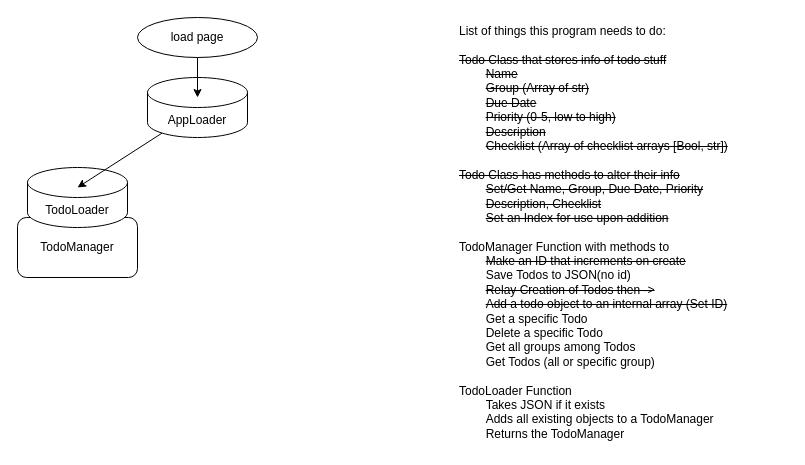
The draw.io diagram plan.drawio in Larrys-code/To-Do-Project, before the edit. Source tidied: cells renumbered, new cells numbered last; positions are measured from the earlier drawing's top-left corner, leaving out a move shared by most shapes. Both pictures are drawn from the tidied source at 100%, with x=0, y=0 at pixel (17, 17).
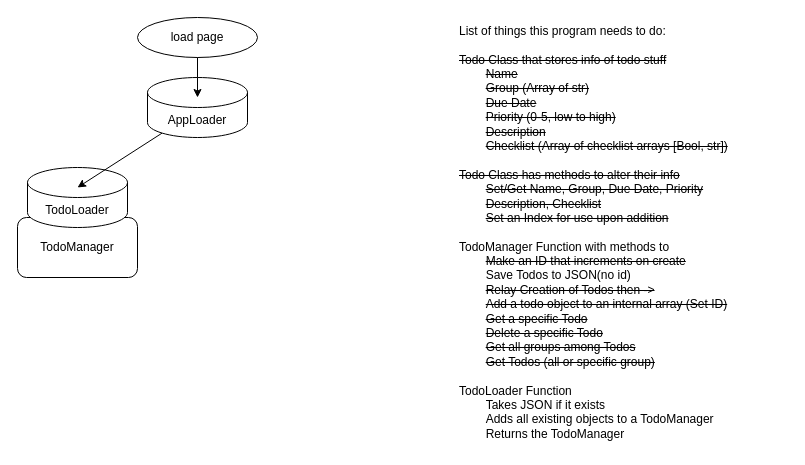
After the change.

Commit message (it also covers changes not shown here):
Add ToDo groups functionality

Diff of the diagram source:
```diff
@@
 <mxGraphModel>
   <root>
     <mxCell id="0" />
     <mxCell id="1" parent="0" />
     <mxCell id="2" value="AppLoader" style="shape=cylinder3;whiteSpace=wrap;html=1;boundedLbl=1;backgroundOutline=1;size=15;fillColor=default;" parent="1" vertex="1">
       <mxGeometry x="130" y="60" width="100" height="60" as="geometry" />
     </mxCell>
     <mxCell id="3" value="TodoManager" style="rounded=1;whiteSpace=wrap;html=1;fillColor=default;" parent="1" vertex="1">
       <mxGeometry y="200" width="120" height="60" as="geometry" />
     </mxCell>
     <mxCell id="4" value="load page" style="ellipse;whiteSpace=wrap;html=1;" parent="1" vertex="1">
       <mxGeometry x="120" width="120" height="40" as="geometry" />
     </mxCell>
-    <mxCell id="5" value="List of things this program needs to do:&lt;br&gt;&lt;br&gt;&lt;div style=&quot;&quot;&gt;&lt;span style=&quot;background-color: initial;&quot;&gt;&lt;strike&gt;Todo Class that stores info of todo stuff&lt;/strike&gt;&lt;/span&gt;&lt;/div&gt;&lt;div style=&quot;&quot;&gt;&lt;span style=&quot;background-color: initial;&quot;&gt;&lt;strike&gt;&lt;span style=&quot;&quot;&gt;&#9;&lt;/span&gt;&lt;span style=&quot;white-space: pre;&quot;&gt;&#9;&lt;/span&gt;Name&lt;br&gt;&lt;/strike&gt;&lt;/span&gt;&lt;/div&gt;&lt;div style=&quot;&quot;&gt;&lt;span style=&quot;background-color: initial;&quot;&gt;&lt;strike&gt;&lt;span style=&quot;&quot;&gt;&#9;&lt;/span&gt;&lt;span style=&quot;white-space: pre;&quot;&gt;&#9;&lt;/span&gt;Group (Array of str)&lt;br&gt;&lt;/strike&gt;&lt;/span&gt;&lt;/div&gt;&lt;div style=&quot;&quot;&gt;&lt;span style=&quot;background-color: initial;&quot;&gt;&lt;strike&gt;&lt;span style=&quot;&quot;&gt;&#9;&lt;/span&gt;&lt;span style=&quot;white-space: pre;&quot;&gt;&#9;&lt;/span&gt;Due Date&lt;br&gt;&lt;/strike&gt;&lt;/span&gt;&lt;/div&gt;&lt;div style=&quot;&quot;&gt;&lt;span style=&quot;background-color: initial;&quot;&gt;&lt;strike&gt;&lt;span style=&quot;&quot;&gt;&#9;&lt;/span&gt;&lt;span style=&quot;white-space: pre;&quot;&gt;&#9;&lt;/span&gt;Priority (0-5, low to high)&lt;br&gt;&lt;/strike&gt;&lt;/span&gt;&lt;/div&gt;&lt;div style=&quot;&quot;&gt;&lt;/div&gt;&lt;div style=&quot;&quot;&gt;&lt;span style=&quot;background-color: initial;&quot;&gt;&lt;strike&gt;&lt;span style=&quot;&quot;&gt;&#9;&lt;/span&gt;&lt;span style=&quot;white-space: pre;&quot;&gt;&#9;&lt;/span&gt;Description&lt;br&gt;&lt;/strike&gt;&lt;/span&gt;&lt;/div&gt;&lt;div style=&quot;&quot;&gt;&lt;span style=&quot;background-color: initial;&quot;&gt;&lt;strike&gt;&lt;span style=&quot;&quot;&gt;&#9;&lt;/span&gt;&lt;span style=&quot;white-space: pre;&quot;&gt;&#9;&lt;/span&gt;Checklist (Array of checklist arrays [Bool, str])&lt;/strike&gt;&lt;br&gt;&lt;/span&gt;&lt;/div&gt;&lt;div style=&quot;&quot;&gt;&lt;span style=&quot;background-color: initial;&quot;&gt;&lt;span style=&quot;&quot;&gt;&#9;&lt;/span&gt;&lt;br&gt;&lt;/span&gt;&lt;/div&gt;&lt;div style=&quot;&quot;&gt;&lt;span style=&quot;background-color: initial;&quot;&gt;&lt;strike&gt;Todo Class has methods to alter their info&lt;/strike&gt;&lt;/span&gt;&lt;/div&gt;&lt;div style=&quot;&quot;&gt;&lt;span style=&quot;background-color: initial;&quot;&gt;&lt;strike&gt;&lt;span style=&quot;&quot;&gt;&#9;&lt;/span&gt;&lt;span style=&quot;white-space: pre;&quot;&gt;&#9;&lt;/span&gt;Set/Get Name, Group, Due Date, Priority&lt;br&gt;&lt;/strike&gt;&lt;/span&gt;&lt;/div&gt;&lt;div style=&quot;&quot;&gt;&lt;span style=&quot;background-color: initial;&quot;&gt;&lt;strike&gt;&lt;span style=&quot;&quot;&gt;&#9;&lt;/span&gt;&lt;span style=&quot;&quot;&gt;&#9;&lt;/span&gt;&lt;span style=&quot;white-space: pre;&quot;&gt;&#9;&lt;/span&gt;Description, Checklist&lt;br&gt;&lt;/strike&gt;&lt;/span&gt;&lt;/div&gt;&lt;div style=&quot;&quot;&gt;&lt;span style=&quot;background-color: initial;&quot;&gt;&lt;strike&gt;&lt;span style=&quot;white-space: pre;&quot;&gt;&#9;&lt;/span&gt;Set an Index for use upon addition&lt;/strike&gt;&lt;br&gt;&lt;/span&gt;&lt;/div&gt;&lt;div style=&quot;&quot;&gt;&lt;br&gt;&lt;/div&gt;&lt;div style=&quot;&quot;&gt;&lt;span style=&quot;background-color: initial;&quot;&gt;TodoManager Function with methods to&lt;/span&gt;&lt;/div&gt;&lt;div style=&quot;&quot;&gt;&lt;span style=&quot;background-color: initial;&quot;&gt;&lt;span style=&quot;white-space: pre;&quot;&gt;&#9;&lt;/span&gt;&lt;strike&gt;Make an ID that increments on create&lt;/strike&gt;&lt;br&gt;&lt;/span&gt;&lt;/div&gt;&lt;div style=&quot;&quot;&gt;&lt;span style=&quot;white-space: pre;&quot;&gt;&#9;&lt;/span&gt;Save Todos to JSON(no id)&lt;br&gt;&lt;/div&gt;&lt;div style=&quot;&quot;&gt;&lt;span style=&quot;background-color: initial;&quot;&gt;&lt;span style=&quot;white-space: pre;&quot;&gt;&#9;&lt;/span&gt;&lt;strike&gt;Relay Creation of Todos then -&amp;gt;&lt;br&gt;&lt;/strike&gt;&lt;/span&gt;&lt;/div&gt;&lt;div style=&quot;&quot;&gt;&lt;span style=&quot;background-color: initial;&quot;&gt;&lt;strike&gt;&lt;span style=&quot;&quot;&gt;&#9;&lt;/span&gt;&lt;span style=&quot;white-space: pre;&quot;&gt;&#9;&lt;/span&gt;Add a todo object to an internal array (Set ID)&lt;/strike&gt;&lt;/span&gt;&lt;/div&gt;&lt;div style=&quot;&quot;&gt;&lt;span style=&quot;background-color: initial;&quot;&gt;&lt;span style=&quot;white-space: pre;&quot;&gt;&#9;&lt;/span&gt;Get a specific Todo&lt;br&gt;&lt;/span&gt;&lt;/div&gt;&lt;div style=&quot;&quot;&gt;&lt;span style=&quot;background-color: initial;&quot;&gt;&lt;span style=&quot;white-space: pre;&quot;&gt;&#9;&lt;/span&gt;Delete a specific Todo&lt;br&gt;&lt;/span&gt;&lt;/div&gt;&lt;div style=&quot;&quot;&gt;&lt;span style=&quot;background-color: initial;&quot;&gt;&lt;span style=&quot;white-space: pre;&quot;&gt;&#9;&lt;/span&gt;Get all groups among Todos&lt;br&gt;&lt;/span&gt;&lt;/div&gt;&lt;div style=&quot;&quot;&gt;&lt;/div&gt;&lt;div style=&quot;&quot;&gt;&lt;span style=&quot;background-color: initial;&quot;&gt;&lt;span style=&quot;white-space: pre;&quot;&gt;&#9;&lt;/span&gt;Get Todos (all or specific group)&lt;/span&gt;&lt;span style=&quot;background-color: initial; white-space: pre;&quot;&gt;&#9;&lt;/span&gt;&lt;/div&gt;&lt;div style=&quot;&quot;&gt;&lt;br&gt;&lt;/div&gt;&lt;div style=&quot;&quot;&gt;TodoLoader Function&lt;/div&gt;&lt;div style=&quot;&quot;&gt;&lt;span style=&quot;white-space: pre;&quot;&gt;&#9;&lt;/span&gt;Takes JSON if it exists&lt;br&gt;&lt;/div&gt;&lt;div style=&quot;&quot;&gt;&lt;span style=&quot;white-space: pre;&quot;&gt;&#9;&lt;/span&gt;Adds all existing objects to a TodoManager&lt;br&gt;&lt;/div&gt;&lt;div style=&quot;&quot;&gt;&lt;span style=&quot;white-space: pre;&quot;&gt;&#9;&lt;/span&gt;Returns the TodoManager&lt;br&gt;&lt;/div&gt;" style="text;strokeColor=none;align=left;fillColor=none;html=1;verticalAlign=middle;whiteSpace=wrap;rounded=0;" parent="1" vertex="1">
+    <mxCell id="5" value="List of things this program needs to do:&lt;br&gt;&lt;br&gt;&lt;div style=&quot;&quot;&gt;&lt;span style=&quot;background-color: initial;&quot;&gt;&lt;strike&gt;Todo Class that stores info of todo stuff&lt;/strike&gt;&lt;/span&gt;&lt;/div&gt;&lt;div style=&quot;&quot;&gt;&lt;span style=&quot;background-color: initial;&quot;&gt;&#9;&lt;span style=&quot;white-space: pre;&quot;&gt;&#9;&lt;/span&gt;&lt;strike&gt;Name&lt;/strike&gt;&lt;br&gt;&lt;/span&gt;&lt;/div&gt;&lt;div style=&quot;&quot;&gt;&lt;span style=&quot;background-color: initial;&quot;&gt;&#9;&lt;span style=&quot;white-space: pre;&quot;&gt;&#9;&lt;/span&gt;&lt;strike&gt;Group (Array of str)&lt;/strike&gt;&lt;br&gt;&lt;/span&gt;&lt;/div&gt;&lt;div style=&quot;&quot;&gt;&lt;span style=&quot;background-color: initial;&quot;&gt;&#9;&lt;span style=&quot;white-space: pre;&quot;&gt;&#9;&lt;/span&gt;&lt;strike&gt;Due Date&lt;/strike&gt;&lt;br&gt;&lt;/span&gt;&lt;/div&gt;&lt;div style=&quot;&quot;&gt;&lt;span style=&quot;background-color: initial;&quot;&gt;&#9;&lt;span style=&quot;white-space: pre;&quot;&gt;&#9;&lt;/span&gt;&lt;strike&gt;Priority (0-5, low to high)&lt;/strike&gt;&lt;br&gt;&lt;/span&gt;&lt;/div&gt;&lt;div style=&quot;&quot;&gt;&lt;/div&gt;&lt;div style=&quot;&quot;&gt;&lt;span style=&quot;background-color: initial;&quot;&gt;&#9;&lt;span style=&quot;white-space: pre;&quot;&gt;&#9;&lt;/span&gt;&lt;strike&gt;Description&lt;/strike&gt;&lt;br&gt;&lt;/span&gt;&lt;/div&gt;&lt;div style=&quot;&quot;&gt;&lt;span style=&quot;background-color: initial;&quot;&gt;&#9;&lt;span style=&quot;white-space: pre;&quot;&gt;&#9;&lt;/span&gt;&lt;strike&gt;Checklist (Array of checklist arrays [Bool, str])&lt;/strike&gt;&lt;br&gt;&lt;/span&gt;&lt;/div&gt;&lt;div style=&quot;&quot;&gt;&lt;span style=&quot;background-color: initial;&quot;&gt;&lt;span style=&quot;&quot;&gt;&#9;&lt;/span&gt;&lt;br&gt;&lt;/span&gt;&lt;/div&gt;&lt;div style=&quot;&quot;&gt;&lt;span style=&quot;background-color: initial;&quot;&gt;&lt;strike&gt;Todo Class has methods to alter their info&lt;/strike&gt;&lt;/span&gt;&lt;/div&gt;&lt;div style=&quot;&quot;&gt;&lt;span style=&quot;background-color: initial;&quot;&gt;&#9;&lt;span style=&quot;white-space: pre;&quot;&gt;&#9;&lt;/span&gt;&lt;strike&gt;Set/Get Name, Group, Due Date, Priority&lt;/strike&gt;&lt;br&gt;&lt;/span&gt;&lt;/div&gt;&lt;div style=&quot;&quot;&gt;&lt;span style=&quot;background-color: initial;&quot;&gt;&#9;&#9;&lt;span style=&quot;white-space: pre;&quot;&gt;&#9;&lt;/span&gt;&lt;strike&gt;Description, Checklist&lt;/strike&gt;&lt;br&gt;&lt;/span&gt;&lt;/div&gt;&lt;div style=&quot;&quot;&gt;&lt;span style=&quot;background-color: initial;&quot;&gt;&lt;span style=&quot;white-space: pre;&quot;&gt;&#9;&lt;/span&gt;&lt;strike&gt;Set an Index for use upon addition&lt;/strike&gt;&lt;br&gt;&lt;/span&gt;&lt;/div&gt;&lt;div style=&quot;&quot;&gt;&lt;br&gt;&lt;/div&gt;&lt;div style=&quot;&quot;&gt;&lt;span style=&quot;background-color: initial;&quot;&gt;TodoManager Function with methods to&lt;/span&gt;&lt;/div&gt;&lt;div style=&quot;&quot;&gt;&lt;span style=&quot;background-color: initial;&quot;&gt;&lt;span style=&quot;white-space: pre;&quot;&gt;&#9;&lt;/span&gt;&lt;strike&gt;Make an ID that increments on create&lt;/strike&gt;&lt;br&gt;&lt;/span&gt;&lt;/div&gt;&lt;div style=&quot;&quot;&gt;&lt;span style=&quot;white-space: pre;&quot;&gt;&#9;&lt;/span&gt;Save Todos to JSON(no id)&lt;br&gt;&lt;/div&gt;&lt;div style=&quot;&quot;&gt;&lt;span style=&quot;background-color: initial;&quot;&gt;&lt;span style=&quot;white-space: pre;&quot;&gt;&#9;&lt;/span&gt;&lt;strike&gt;Relay Creation of Todos then -&amp;gt;&lt;br&gt;&lt;/strike&gt;&lt;/span&gt;&lt;/div&gt;&lt;div style=&quot;&quot;&gt;&lt;span style=&quot;background-color: initial;&quot;&gt;&#9;&lt;span style=&quot;white-space: pre;&quot;&gt;&#9;&lt;/span&gt;&lt;strike&gt;Add a todo object to an internal array (Set ID)&lt;/strike&gt;&lt;/span&gt;&lt;/div&gt;&lt;div style=&quot;&quot;&gt;&lt;span style=&quot;background-color: initial;&quot;&gt;&lt;span style=&quot;white-space: pre;&quot;&gt;&#9;&lt;/span&gt;&lt;strike&gt;Get a specific Todo&lt;/strike&gt;&lt;br&gt;&lt;/span&gt;&lt;/div&gt;&lt;div style=&quot;&quot;&gt;&lt;span style=&quot;background-color: initial;&quot;&gt;&lt;span style=&quot;white-space: pre;&quot;&gt;&#9;&lt;/span&gt;&lt;strike&gt;Delete a specific Todo&lt;/strike&gt;&lt;br&gt;&lt;/span&gt;&lt;/div&gt;&lt;div style=&quot;&quot;&gt;&lt;span style=&quot;background-color: initial;&quot;&gt;&lt;span style=&quot;white-space: pre;&quot;&gt;&#9;&lt;/span&gt;&lt;strike&gt;Get all groups among Todos&lt;/strike&gt;&lt;br&gt;&lt;/span&gt;&lt;/div&gt;&lt;div style=&quot;&quot;&gt;&lt;/div&gt;&lt;div style=&quot;&quot;&gt;&lt;span style=&quot;background-color: initial;&quot;&gt;&lt;span style=&quot;white-space: pre;&quot;&gt;&#9;&lt;/span&gt;&lt;strike&gt;Get Todos (all or specific group)&lt;/strike&gt;&lt;/span&gt;&lt;span style=&quot;background-color: initial; white-space: pre;&quot;&gt;&#9;&lt;/span&gt;&lt;/div&gt;&lt;div style=&quot;&quot;&gt;&lt;br&gt;&lt;/div&gt;&lt;div style=&quot;&quot;&gt;TodoLoader Function&lt;/div&gt;&lt;div style=&quot;&quot;&gt;&lt;span style=&quot;white-space: pre;&quot;&gt;&#9;&lt;/span&gt;Takes JSON if it exists&lt;br&gt;&lt;/div&gt;&lt;div style=&quot;&quot;&gt;&lt;span style=&quot;white-space: pre;&quot;&gt;&#9;&lt;/span&gt;Adds all existing objects to a TodoManager&lt;br&gt;&lt;/div&gt;&lt;div style=&quot;&quot;&gt;&lt;span style=&quot;white-space: pre;&quot;&gt;&#9;&lt;/span&gt;Returns the TodoManager&lt;br&gt;&lt;/div&gt;" style="text;strokeColor=none;align=left;fillColor=none;html=1;verticalAlign=middle;whiteSpace=wrap;rounded=0;" parent="1" vertex="1">
       <mxGeometry x="440" width="330" height="430" as="geometry" />
     </mxCell>
     <mxCell id="6" value="TodoLoader" style="shape=cylinder3;whiteSpace=wrap;html=1;boundedLbl=1;backgroundOutline=1;size=15;fillColor=default;" parent="1" vertex="1">
       <mxGeometry x="10" y="150" width="100" height="60" as="geometry" />
     </mxCell>
     <mxCell id="7" style="edgeStyle=none;html=1;startArrow=none;" parent="1" edge="1" source="2">
       <mxGeometry relative="1" as="geometry">
         <mxPoint x="180" y="80" as="targetPoint" />
       </mxGeometry>
     </mxCell>
     <mxCell id="8" style="edgeStyle=none;html=1;endArrow=none;" parent="1" edge="1" source="4" target="2">
       <mxGeometry relative="1" as="geometry" />
     </mxCell>
     <mxCell id="9" style="edgeStyle=none;html=1;exitX=0.145;exitY=1;exitDx=0;exitDy=-4.35;exitPerimeter=0;entryX=0.5;entryY=0.333;entryDx=0;entryDy=0;entryPerimeter=0;" parent="1" edge="1" source="2" target="6">
       <mxGeometry relative="1" as="geometry" />
     </mxCell>
   </root>
 </mxGraphModel>
```
